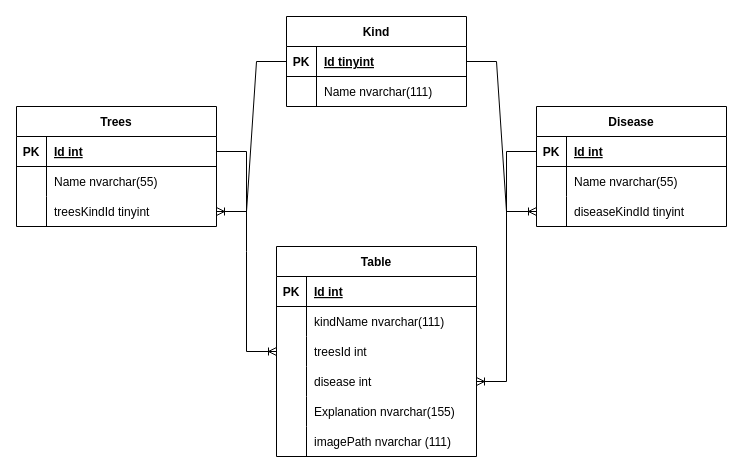
The draw.io diagram Templates/Çiçek Proje/Diagrams/Çiçek_Db.drawio in AyberkGuven/Wep-API, before the edit. Source tidied: cells renumbered, new cells numbered last; positions are measured from the earlier drawing's top-left corner, leaving out a move shared by most shapes. Both pictures are drawn from the tidied source at 100%, with x=0, y=0 at pixel (16, 16).
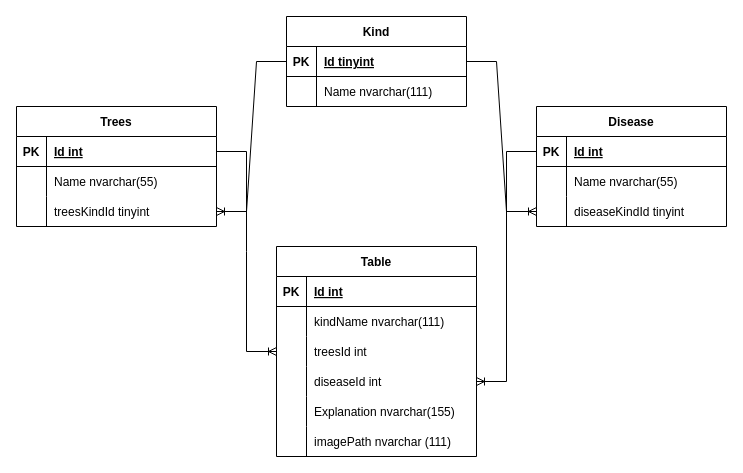
The same diagram, later.

Unchanged cells that the change refers to:
```xml
<mxCell id="39" style="shape=tableRow;horizontal=0;startSize=0;swimlaneHead=0;swimlaneBody=0;fillColor=none;points=[[0,0.5],[1,0.5]];portConstraint=eastwest;top=0;left=0;right=0;bottom=0;" parent="29" vertex="1">
  <mxGeometry y="120" width="200" height="30" as="geometry" />
</mxCell>
```

What changed in the source:
```diff
@@
-    <mxCell id="41" value="disease int" style="shape=partialRectangle;fillColor=none;top=0;left=0;bottom=0;right=0;align=left;spacingLeft=6;overflow=hidden;" parent="39" vertex="1">
+    <mxCell id="41" value="diseaseId int" style="shape=partialRectangle;fillColor=none;top=0;left=0;bottom=0;right=0;align=left;spacingLeft=6;overflow=hidden;" parent="39" vertex="1">
       <mxGeometry x="30" width="170" height="30" as="geometry" />
     </mxCell>
```
